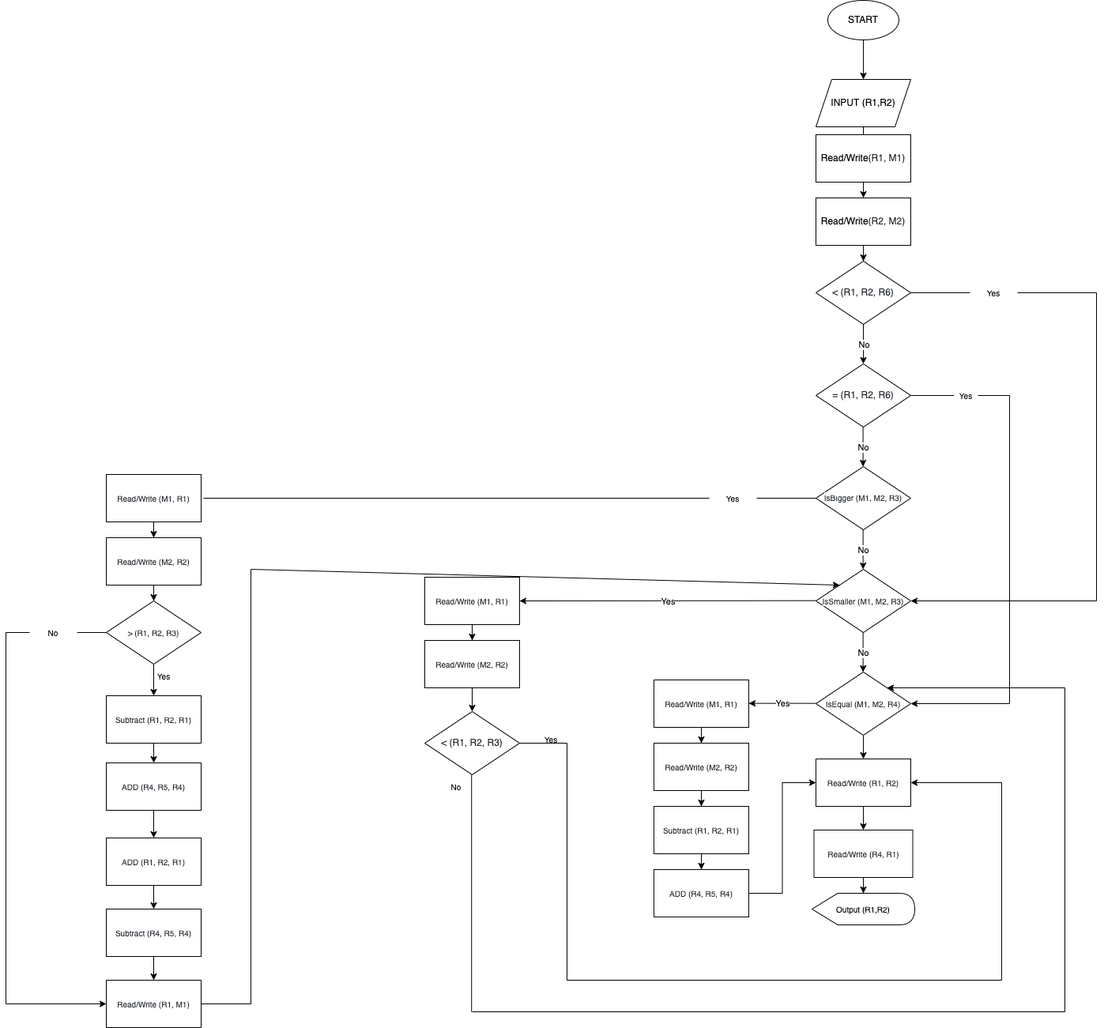
Earlier version of the draw.io export Untitled Diagram.drawio.png (aliyigittas/CMPE140Project1). Source tidied: cells renumbered, new cells last; positions are measured from the earlier drawing's top-left corner, leaving out a move shared by most shapes.
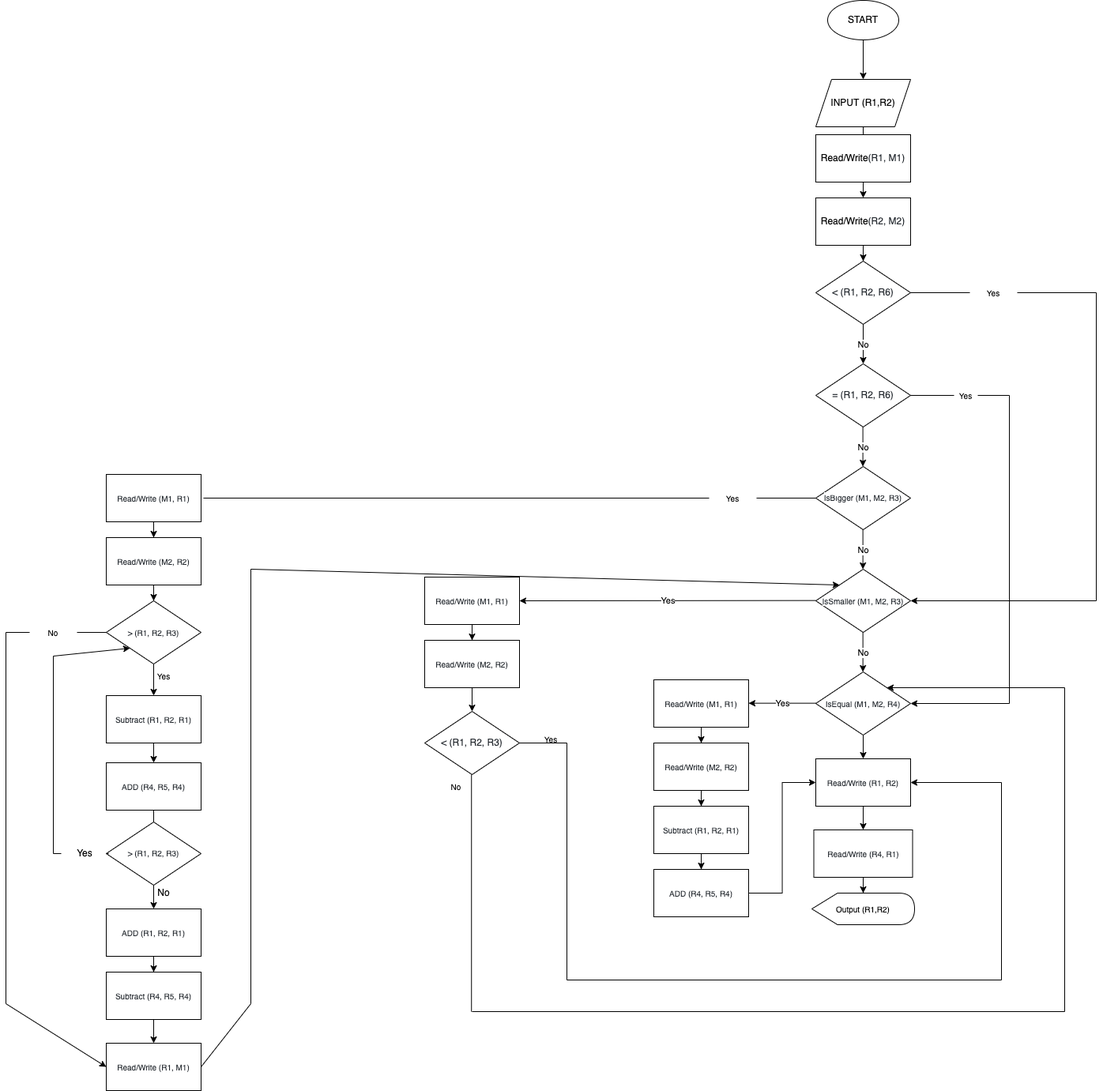
Above is the later version.

What changed in the source:
```diff
@@ -302,16 +302,16 @@
       <mxGeometry relative="1" as="geometry" />
     </mxCell>
     <mxCell id="81" value="&lt;span style=&quot;color: rgb(36 , 41 , 47) ; font-family: , , &amp;#34;sf mono&amp;#34; , &amp;#34;menlo&amp;#34; , &amp;#34;consolas&amp;#34; , &amp;#34;liberation mono&amp;#34; , monospace ; background-color: rgb(255 , 255 , 255)&quot;&gt;&lt;font style=&quot;font-size: 10px&quot;&gt;ADD (R1, R2, R1)&lt;/font&gt;&lt;/span&gt;" style="rounded=0;whiteSpace=wrap;html=1;fontSize=10;" parent="1" vertex="1">
-      <mxGeometry x="127" y="1060" width="120" height="60" as="geometry" />
+      <mxGeometry x="127" y="1150" width="120" height="60" as="geometry" />
     </mxCell>
     <mxCell id="82" style="edgeStyle=orthogonalEdgeStyle;rounded=0;jettySize=auto;html=1;fontSize=10;" parent="1" edge="1" source="83" target="84">
       <mxGeometry relative="1" as="geometry" />
     </mxCell>
     <mxCell id="83" value="&lt;span style=&quot;color: rgb(36 , 41 , 47) ; font-family: , , &amp;#34;sf mono&amp;#34; , &amp;#34;menlo&amp;#34; , &amp;#34;consolas&amp;#34; , &amp;#34;liberation mono&amp;#34; , monospace ; background-color: rgb(255 , 255 , 255)&quot;&gt;&lt;font style=&quot;font-size: 10px&quot;&gt;Subtract (R4, R5, R4)&lt;/font&gt;&lt;/span&gt;" style="rounded=0;whiteSpace=wrap;html=1;fontSize=10;" parent="1" vertex="1">
-      <mxGeometry x="127" y="1150" width="120" height="60" as="geometry" />
+      <mxGeometry x="127" y="1230" width="120" height="60" as="geometry" />
     </mxCell>
     <mxCell id="84" value="&lt;span style=&quot;color: rgb(36 , 41 , 47) ; font-family: , , &amp;#34;sf mono&amp;#34; , &amp;#34;menlo&amp;#34; , &amp;#34;consolas&amp;#34; , &amp;#34;liberation mono&amp;#34; , monospace ; background-color: rgb(255 , 255 , 255)&quot;&gt;&lt;font style=&quot;font-size: 10px&quot;&gt;Read/Write (R1, M1)&lt;/font&gt;&lt;/span&gt;" style="rounded=0;whiteSpace=wrap;html=1;fontSize=10;" parent="1" vertex="1">
-      <mxGeometry x="127" y="1240" width="120" height="60" as="geometry" />
+      <mxGeometry x="127" y="1320" width="120" height="60" as="geometry" />
     </mxCell>
     <mxCell id="85" style="endArrow=none;html=1;rounded=0;fontSize=10;exitX=1;exitY=0.5;exitDx=0;exitDy=0;" parent="1" edge="1" source="84">
       <mxGeometry relative="1" as="geometry">
@@ -351,5 +351,33 @@
         <mxPoint y="800" as="sourcePoint" />
       </mxGeometry>
     </mxCell>
+    <mxCell id="93" value="&lt;span style=&quot;color: rgb(36 , 41 , 47) ; font-size: 10px ; background-color: rgb(255 , 255 , 255)&quot;&gt;&amp;gt; (R1, R2, R3)&lt;/span&gt;" style="rhombus;whiteSpace=wrap;html=1;" parent="1" vertex="1">
+      <mxGeometry x="127" y="1040" width="120" height="80" as="geometry" />
+    </mxCell>
+    <mxCell id="94" style="endArrow=none;html=1;rounded=0;entryX=0;entryY=0.5;entryDx=0;entryDy=0;startArrow=none;" parent="1" edge="1" source="97" target="93">
+      <mxGeometry relative="1" as="geometry" />
+    </mxCell>
+    <mxCell id="95" style="endArrow=none;html=1;rounded=0;" parent="1" edge="1">
+      <mxGeometry relative="1" as="geometry">
+        <mxPoint x="60" y="1080" as="sourcePoint" />
+        <mxPoint x="60" y="830" as="targetPoint" />
+      </mxGeometry>
+    </mxCell>
+    <mxCell id="96" style="endArrow=classic;html=1;rounded=0;entryX=0;entryY=1;entryDx=0;entryDy=0;" parent="1" edge="1" target="74">
+      <mxGeometry relative="1" as="geometry">
+        <mxPoint x="60" y="830" as="sourcePoint" />
+      </mxGeometry>
+    </mxCell>
+    <mxCell id="97" value="Yes" style="text;html=1;strokeColor=none;fillColor=none;align=center;verticalAlign=middle;whiteSpace=wrap;rounded=0;" parent="1" vertex="1">
+      <mxGeometry x="70" y="1065" width="60" height="30" as="geometry" />
+    </mxCell>
+    <mxCell id="98" style="endArrow=none;html=1;rounded=0;entryX=0;entryY=0.5;entryDx=0;entryDy=0;" parent="1" edge="1" target="97">
+      <mxGeometry relative="1" as="geometry">
+        <mxPoint x="60" y="1080" as="sourcePoint" />
+      </mxGeometry>
+    </mxCell>
+    <mxCell id="99" value="No" style="text;html=1;strokeColor=none;fillColor=none;align=center;verticalAlign=middle;whiteSpace=wrap;rounded=0;" parent="1" vertex="1">
+      <mxGeometry x="170" y="1115" width="60" height="30" as="geometry" />
+    </mxCell>
   </root>
 </mxGraphModel>
```
